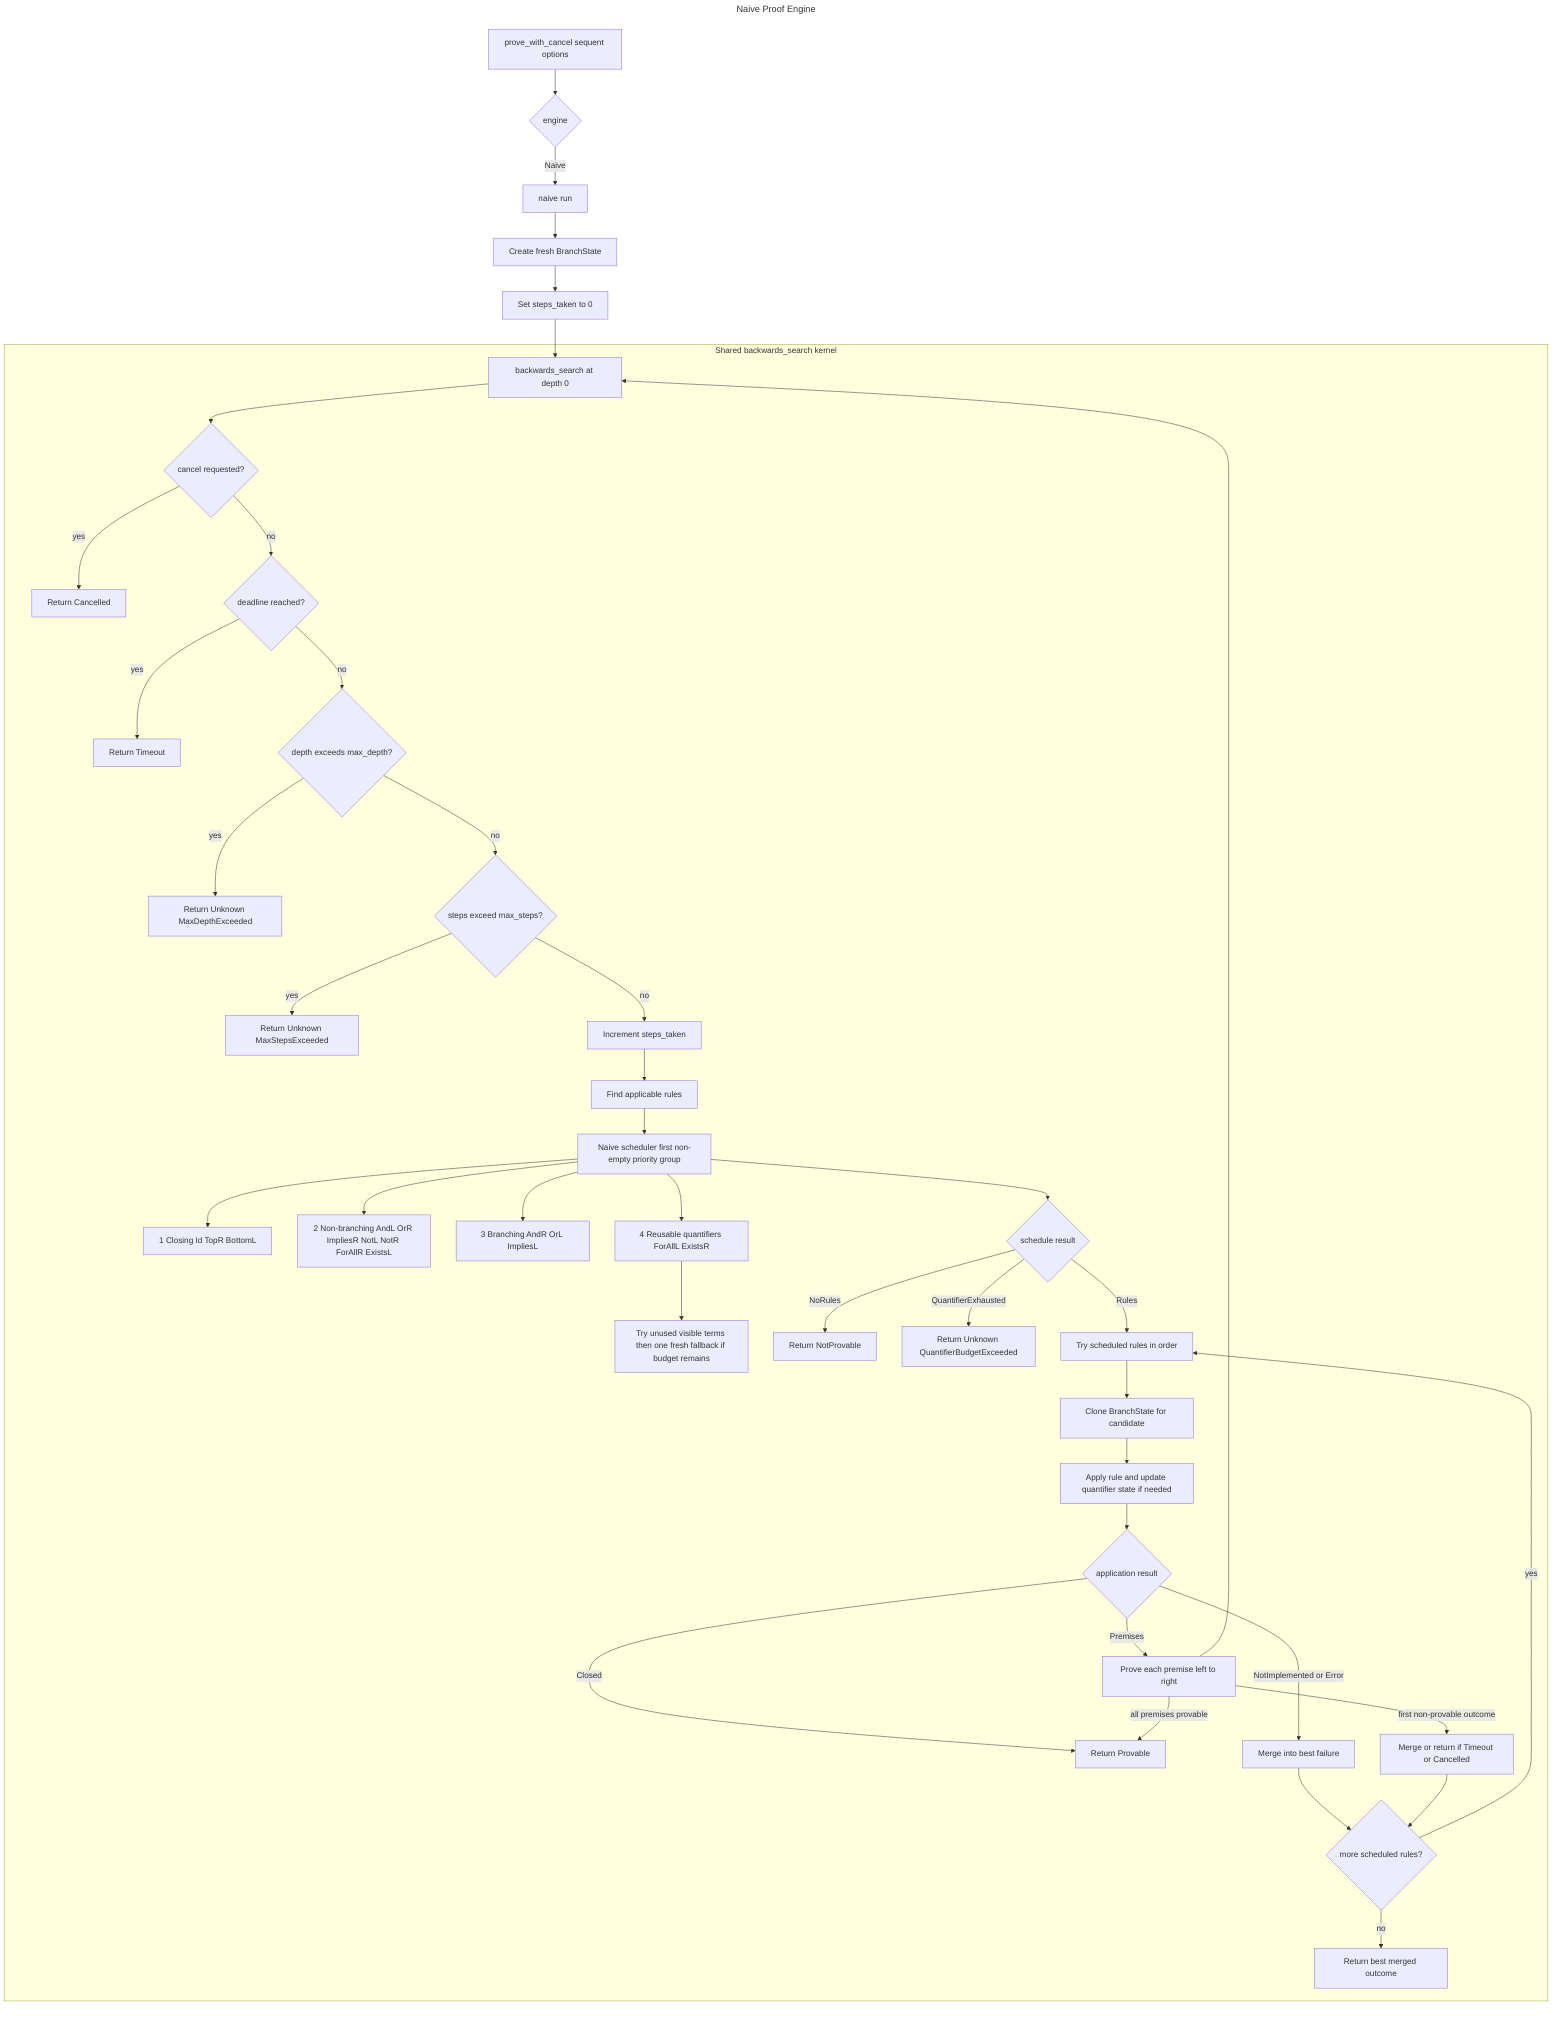
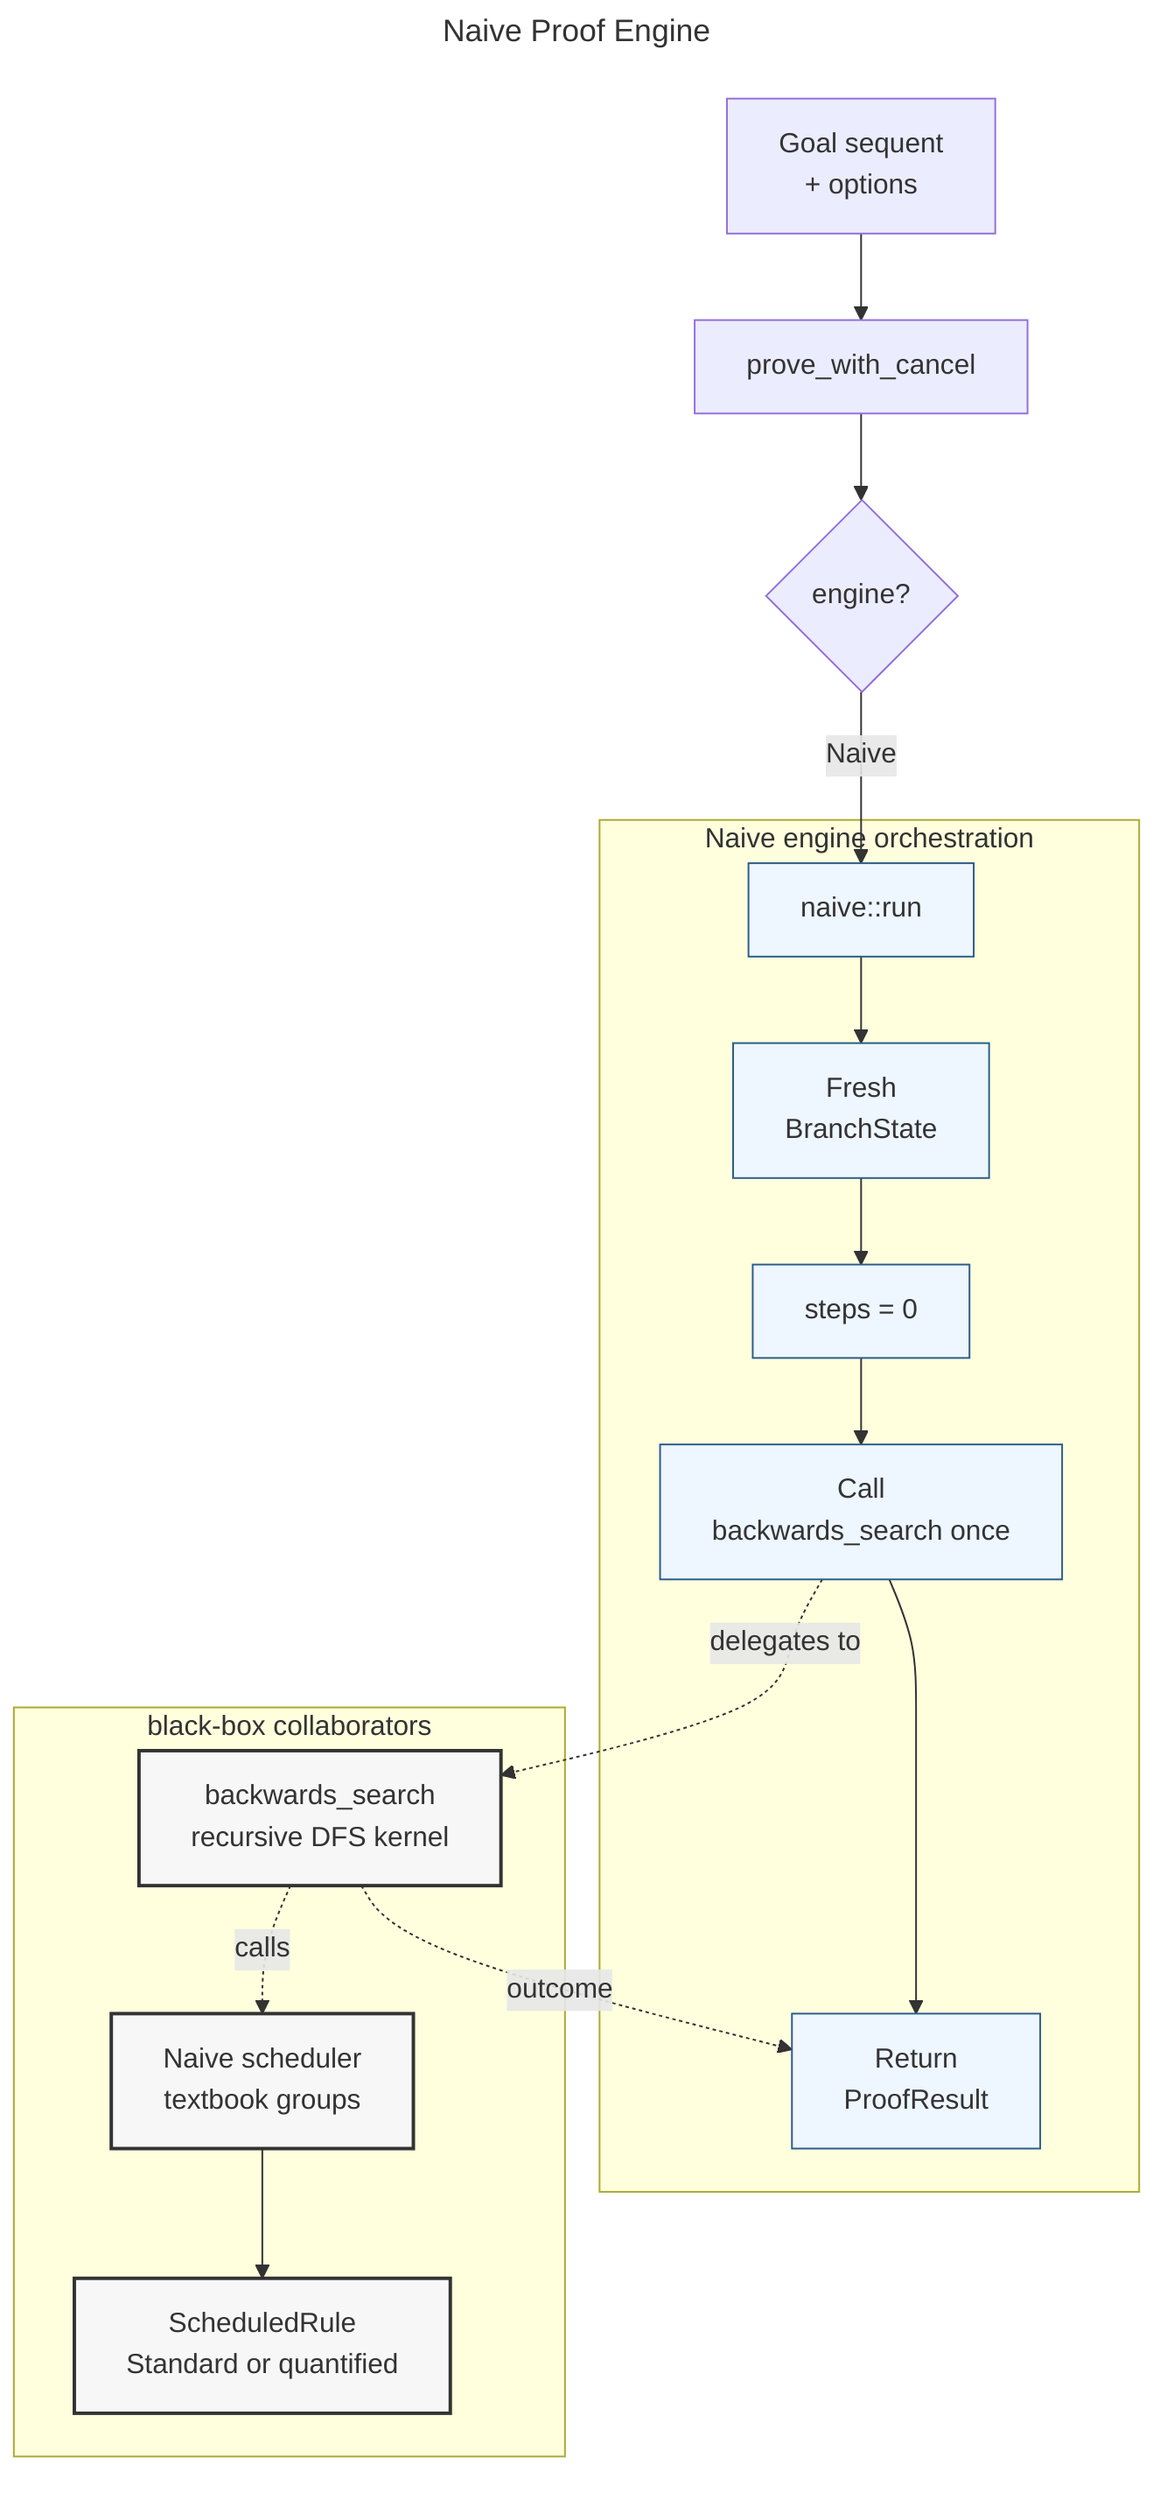
---
title: Naive Proof Engine
---
flowchart TD
-     A[prove_with_cancel sequent options] --> B{engine}
-     B -->|Naive| C[naive run]
-     C --> D[Create fresh BranchState]
-     D --> E[Set steps_taken to 0]
-     E --> F[backwards_search at depth 0]
+     A["Goal sequent<br/>+ options"] --> B["prove_with_cancel"]
+     B --> C{"engine?"}
+     C -->|Naive| D["naive::run"]

-     subgraph K[Shared backwards_search kernel]
-         F --> G{cancel requested?}
-         G -->|yes| X[Return Cancelled]
-         G -->|no| H{deadline reached?}
-         H -->|yes| Y[Return Timeout]
-         H -->|no| I{depth exceeds max_depth?}
-         I -->|yes| Z[Return Unknown MaxDepthExceeded]
-         I -->|no| J{steps exceed max_steps?}
-         J -->|yes| AA[Return Unknown MaxStepsExceeded]
-         J -->|no| L[Increment steps_taken]
-         L --> M[Find applicable rules]
-         M --> N[Naive scheduler first non-empty priority group]
-         N --> N1[1 Closing Id TopR BottomL]
-         N --> N2[2 Non-branching AndL OrR ImpliesR NotL NotR ForAllR ExistsL]
-         N --> N3[3 Branching AndR OrL ImpliesL]
-         N --> N4[4 Reusable quantifiers ForAllL ExistsR]
-         N4 --> N5[Try unused visible terms then one fresh fallback if budget remains]
-         N --> O{schedule result}
-         O -->|NoRules| P[Return NotProvable]
-         O -->|QuantifierExhausted| Q[Return Unknown QuantifierBudgetExceeded]
-         O -->|Rules| R[Try scheduled rules in order]
-         R --> S[Clone BranchState for candidate]
-         S --> T[Apply rule and update quantifier state if needed]
-         T --> U{application result}
-         U -->|Closed| V[Return Provable]
-         U -->|Premises| W[Prove each premise left to right]
-         W --> F
-         U -->|NotImplemented or Error| AB[Merge into best failure]
-         W -->|all premises provable| V
-         W -->|first non-provable outcome| AC[Merge or return if Timeout or Cancelled]
-         AB --> AD{more scheduled rules?}
-         AC --> AD
-         AD -->|yes| R
-         AD -->|no| AE[Return best merged outcome]
+     subgraph N["Naive engine orchestration"]
+         D --> E["Fresh<br/>BranchState"]
+         E --> F["steps = 0"]
+         F --> G["Call<br/>backwards_search once"]
+         G --> H["Return<br/>ProofResult"]
    end
+ 
+     subgraph K["black-box collaborators"]
+         K1["backwards_search<br/>recursive DFS kernel"]
+         K2["Naive scheduler<br/>textbook groups"]
+         K3["ScheduledRule<br/>Standard or quantified"]
+         K2 --> K3
+         K1 -. calls .-> K2
+     end
+ 
+     G -. delegates to .-> K1
+     K1 -. outcome .-> H
+ 
+     classDef engine fill:#eef6ff,stroke:#2b5d8a,stroke-width:1px;
+     classDef kernel fill:#f7f7f7,stroke:#333,stroke-width:2px;
+     class D,E,F,G,H engine;
+     class K1,K2,K3 kernel;
